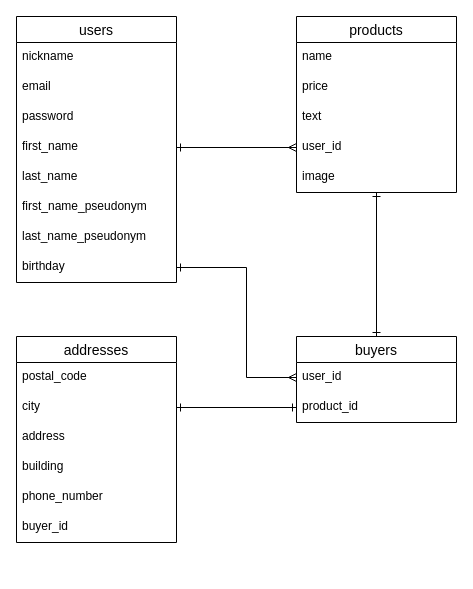
Above: table.dio in mamochi31/furima-32532 (draw.io), before the change. Source tidied: cells renumbered, new cells numbered last; positions are measured from the earlier drawing's top-left corner, leaving out a move shared by most shapes. Both pictures are drawn from the tidied source at 100%, with x=0, y=0 at pixel (16, 16).
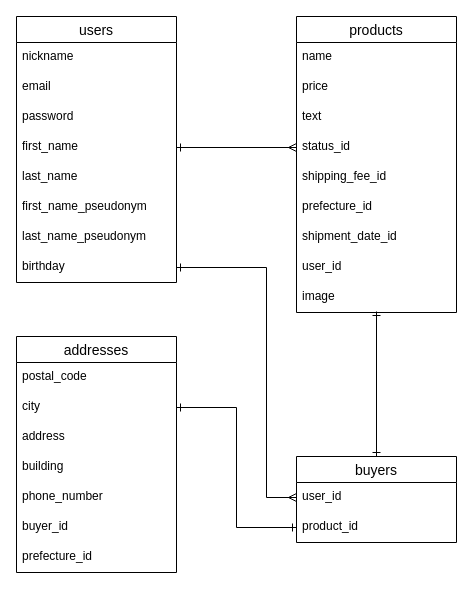
The same diagram, later.

The change refers to these unchanged cells:
```xml
<mxCell id="10" value="birthday" style="text;strokeColor=none;fillColor=none;spacingLeft=4;spacingRight=4;overflow=hidden;points=[[0,0.5],[1,0.5]];portConstraint=eastwest;fontSize=12;" parent="2" vertex="1">
  <mxGeometry y="236" width="160" height="30" as="geometry" />
</mxCell>
<mxCell id="28" value="user_id" style="text;strokeColor=none;fillColor=none;spacingLeft=4;spacingRight=4;overflow=hidden;points=[[0,0.5],[1,0.5]];portConstraint=eastwest;fontSize=12;" parent="27" vertex="1">
  <mxGeometry y="26" width="160" height="30" as="geometry" />
</mxCell>
```

Change to the diagram source:
```diff
@@
     <mxCell id="12" value="products" style="swimlane;fontStyle=0;horizontal=1;startSize=26;align=center;fontSize=14;" parent="1" vertex="1">
-      <mxGeometry x="280" width="160" height="176" as="geometry" />
+      <mxGeometry x="280" width="160" height="296" as="geometry" />
     </mxCell>
@@
-    <mxCell id="16" value="user_id" style="text;strokeColor=none;fillColor=none;spacingLeft=4;spacingRight=4;overflow=hidden;points=[[0,0.5],[1,0.5]];portConstraint=eastwest;fontSize=12;" parent="12" vertex="1">
+    <mxCell id="16" value="status_id" style="text;strokeColor=none;fillColor=none;spacingLeft=4;spacingRight=4;overflow=hidden;points=[[0,0.5],[1,0.5]];portConstraint=eastwest;fontSize=12;" parent="12" vertex="1">
       <mxGeometry y="116" width="160" height="30" as="geometry" />
     </mxCell>
-    <mxCell id="17" value="image" style="text;strokeColor=none;fillColor=none;spacingLeft=4;spacingRight=4;overflow=hidden;points=[[0,0.5],[1,0.5]];portConstraint=eastwest;fontSize=12;" parent="12" vertex="1">
+    <mxCell id="17" value="shipping_fee_id" style="text;strokeColor=none;fillColor=none;spacingLeft=4;spacingRight=4;overflow=hidden;points=[[0,0.5],[1,0.5]];portConstraint=eastwest;fontSize=12;" parent="12" vertex="1">
       <mxGeometry y="146" width="160" height="30" as="geometry" />
     </mxCell>
+    <mxCell id="31" value="prefecture_id" style="text;strokeColor=none;fillColor=none;spacingLeft=4;spacingRight=4;overflow=hidden;fontSize=12;" parent="12" vertex="1">
+      <mxGeometry y="176" width="160" height="30" as="geometry" />
+    </mxCell>
+    <mxCell id="32" value="shipment_date_id" style="text;strokeColor=none;fillColor=none;spacingLeft=4;spacingRight=4;overflow=hidden;fontSize=12;" parent="12" vertex="1">
+      <mxGeometry y="206" width="160" height="30" as="geometry" />
+    </mxCell>
+    <mxCell id="33" value="user_id" style="text;strokeColor=none;fillColor=none;spacingLeft=4;spacingRight=4;overflow=hidden;fontSize=12;" parent="12" vertex="1">
+      <mxGeometry y="236" width="160" height="30" as="geometry" />
+    </mxCell>
+    <mxCell id="34" value="image" style="text;strokeColor=none;fillColor=none;spacingLeft=4;spacingRight=4;overflow=hidden;points=[[0,0.5],[1,0.5]];portConstraint=eastwest;fontSize=12;" parent="12" vertex="1">
+      <mxGeometry y="266" width="160" height="30" as="geometry" />
+    </mxCell>
@@
     <mxCell id="19" value="addresses" style="swimlane;fontStyle=0;horizontal=1;startSize=26;align=center;fontSize=14;" parent="1" vertex="1">
-      <mxGeometry y="320" width="160" height="206" as="geometry" />
+      <mxGeometry y="320" width="160" height="236" as="geometry" />
     </mxCell>
@@
-    <mxCell id="26" style="edgeStyle=orthogonalEdgeStyle;rounded=0;jettySize=auto;html=1;exitX=0.5;exitY=0;exitDx=0;exitDy=0;entryX=0.5;entryY=1;entryDx=0;entryDy=0;entryPerimeter=0;startArrow=ERone;startFill=0;endArrow=ERone;endFill=0;" parent="1" edge="1" source="27" target="17">
-      <mxGeometry relative="1" as="geometry" />
-    </mxCell>
+    <mxCell id="35" value="prefecture_id" style="text;strokeColor=none;fillColor=none;spacingLeft=4;spacingRight=4;overflow=hidden;fontSize=12;" parent="19" vertex="1">
+      <mxGeometry y="206" width="160" height="30" as="geometry" />
+    </mxCell>
+    <mxCell id="36" style="edgeStyle=orthogonalEdgeStyle;rounded=0;jettySize=auto;html=1;exitX=0.5;exitY=0;exitDx=0;exitDy=0;entryX=0.5;entryY=0.967;entryDx=0;entryDy=0;entryPerimeter=0;startArrow=ERone;startFill=0;endArrow=ERone;endFill=0;" parent="1" edge="1" source="27" target="34">
+      <mxGeometry relative="1" as="geometry" />
+    </mxCell>
     <mxCell id="27" value="buyers" style="swimlane;fontStyle=0;horizontal=1;startSize=26;align=center;fontSize=14;" parent="1" vertex="1">
-      <mxGeometry x="280" y="320" width="160" height="86" as="geometry" />
+      <mxGeometry x="280" y="440" width="160" height="86" as="geometry" />
     </mxCell>
@@
     <mxCell id="30" style="edgeStyle=orthogonalEdgeStyle;rounded=0;jettySize=auto;html=1;exitX=1;exitY=0.5;exitDx=0;exitDy=0;entryX=0;entryY=0.5;entryDx=0;entryDy=0;startArrow=ERone;startFill=0;endArrow=ERmany;endFill=0;" parent="1" edge="1" source="10" target="28">
       <mxGeometry relative="1" as="geometry">
         <Array as="points">
-          <mxPoint x="230" y="251" />
-          <mxPoint x="230" y="361" />
+          <mxPoint x="250" y="251" />
+          <mxPoint x="250" y="481" />
         </Array>
       </mxGeometry>
     </mxCell>
```
